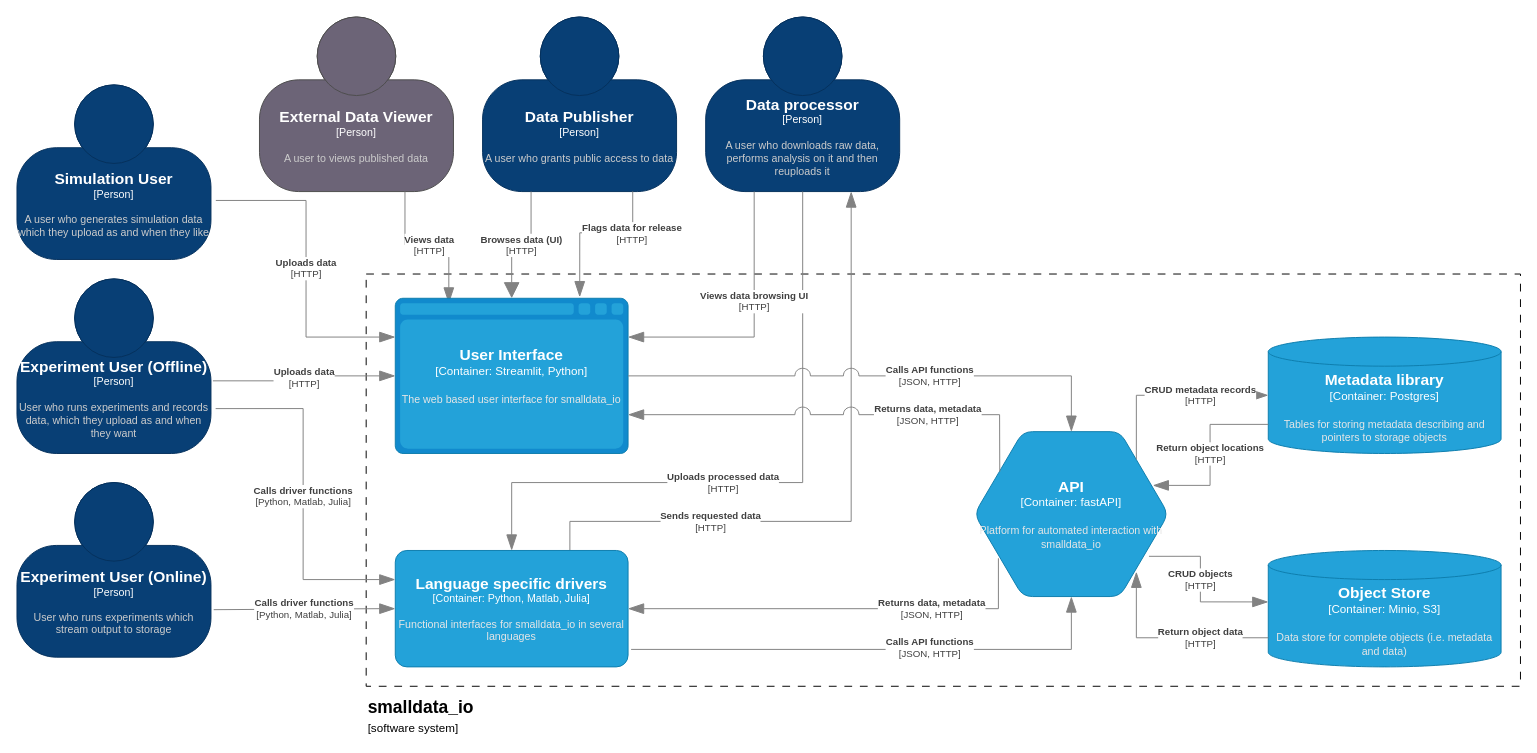
Earlier version of the draw.io diagram page "Container" (2 of 5) of Smalldata_io.drawio (OliverWoolland/Diagrams). Source tidied: cells renumbered, new cells numbered last; positions are measured from the earlier drawing's top-left corner, leaving out a move shared by most shapes. Both pictures are drawn from the tidied source at 97%, with x=0, y=0 at pixel (16, 16).
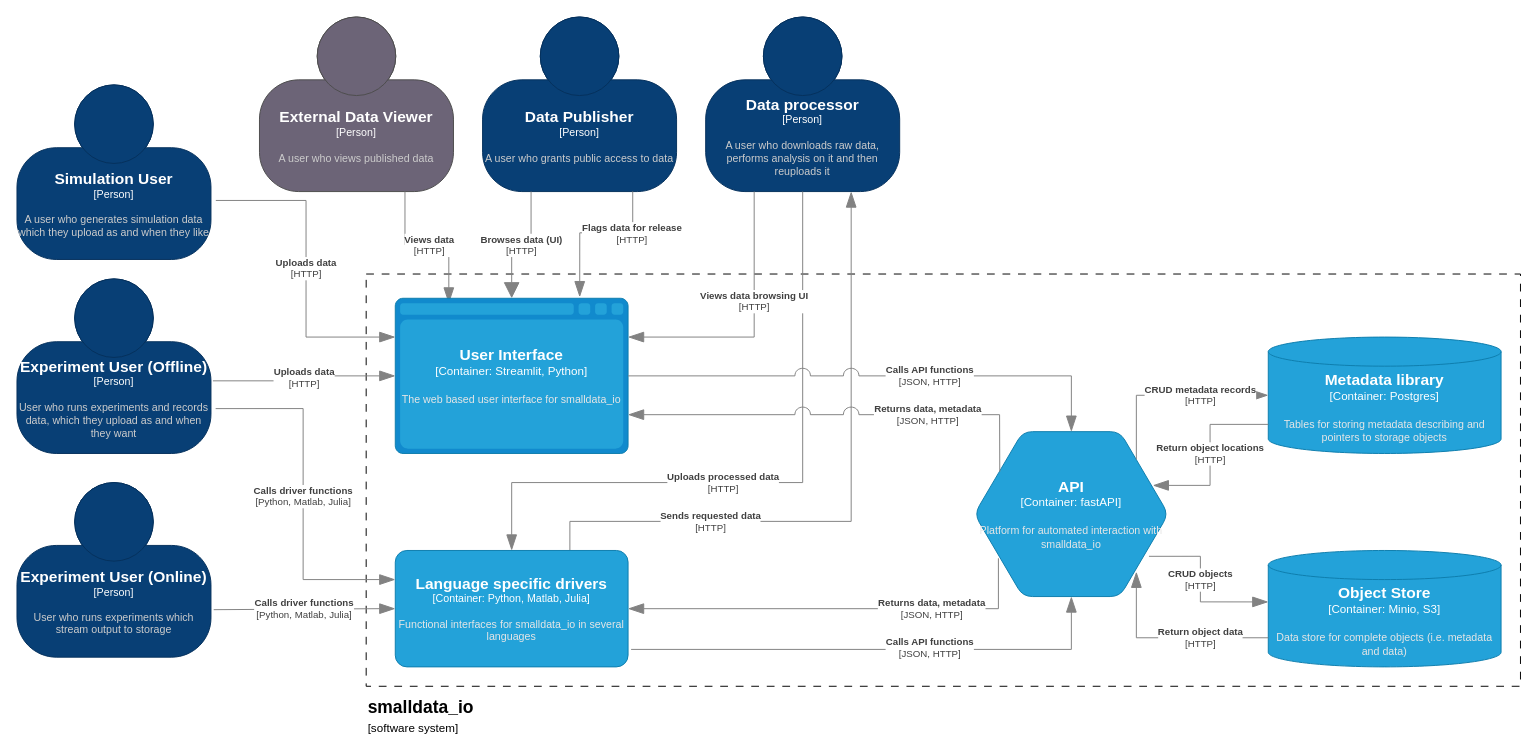
The same diagram, later.

Diff of the diagram source:
```diff
@@
-    <object id="8" label="&lt;font style=&quot;font-size: 16px&quot;&gt;&lt;b&gt;%c4Name%&lt;/b&gt;&lt;/font&gt;&lt;div&gt;[%c4Type%]&lt;/div&gt;&lt;br&gt;&lt;div&gt;&lt;font style=&quot;font-size: 11px&quot;&gt;&lt;font color=&quot;#cccccc&quot;&gt;%c4Description%&lt;/font&gt;&lt;/div&gt;" c4Description="A user to views published data" c4Name="External Data Viewer" c4Type="Person" placeholders="1">
+    <object id="8" label="&lt;font style=&quot;font-size: 16px&quot;&gt;&lt;b&gt;%c4Name%&lt;/b&gt;&lt;/font&gt;&lt;div&gt;[%c4Type%]&lt;/div&gt;&lt;br&gt;&lt;div&gt;&lt;font style=&quot;font-size: 11px&quot;&gt;&lt;font color=&quot;#cccccc&quot;&gt;%c4Description%&lt;/font&gt;&lt;/div&gt;" c4Description="A user who views published data" c4Name="External Data Viewer" c4Type="Person" placeholders="1">
       <mxCell style="html=1;fontSize=11;dashed=0;whiteSpace=wrap;fillColor=#6C6477;strokeColor=#4D4D4D;fontColor=#ffffff;shape=mxgraph.c4.person2;align=center;points=[[0.5,0,0],[1,0.5,0],[1,0.75,0],[0.75,1,0],[0.5,1,0],[0.25,1,0],[0,0.75,0],[0,0.5,0]];" parent="1" vertex="1">
         <mxGeometry x="250" width="200" height="180" as="geometry" />
       </mxCell>
     </object>
```
